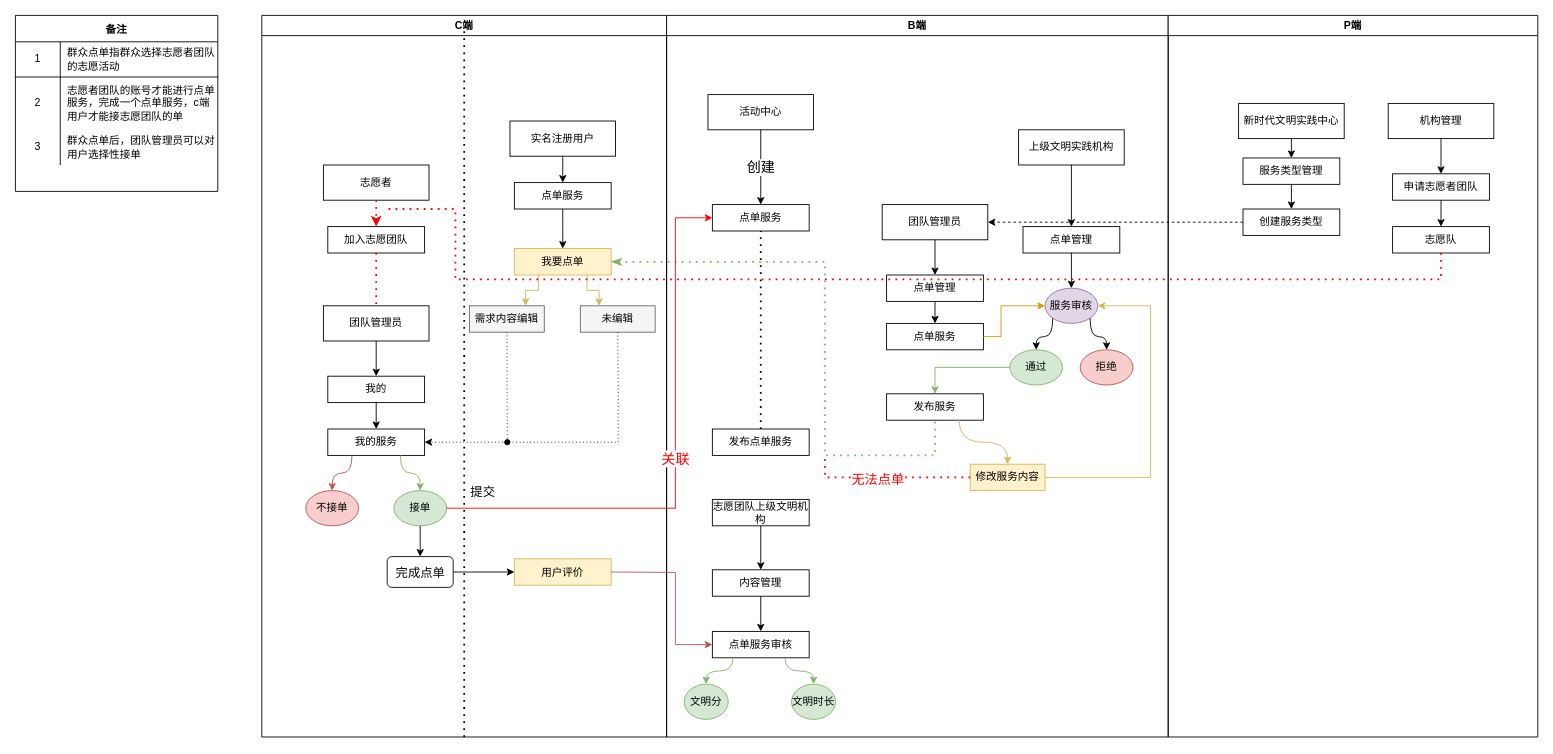
The draw.io diagram 未命名绘图.drawio in KZ137onethe/hello-world, before the edit. Source tidied: cells renumbered, new cells numbered last; positions are measured from the earlier drawing's top-left corner, leaving out a move shared by most shapes. Both pictures are drawn from the tidied source at 88%, with x=0, y=0 at pixel (15, 15).
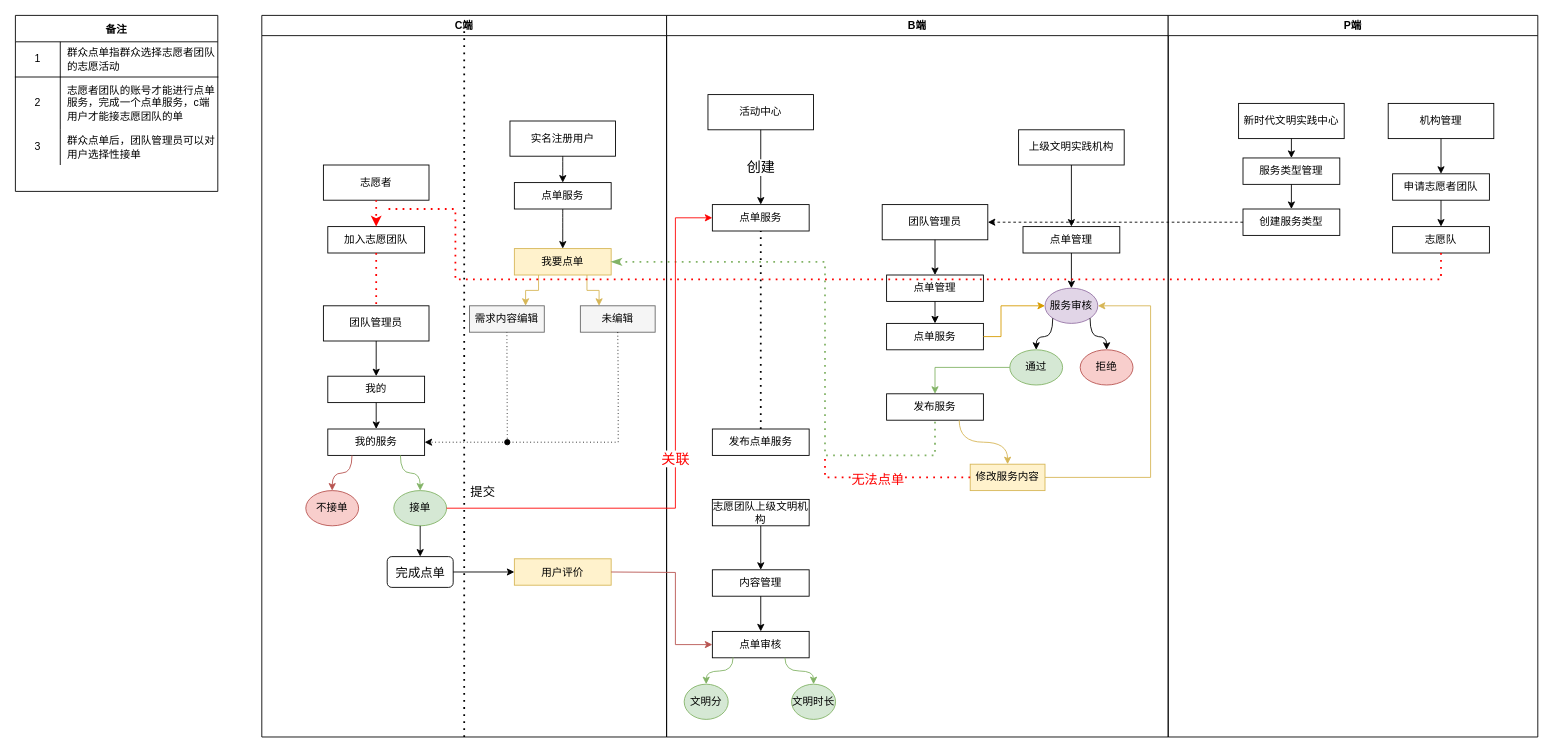
After the change.

Commit message:
更新未命名绘图.drawio

Unchanged cells that the change refers to:
```xml
<mxCell id="40" value="B端" style="swimlane;fontColor=default;strokeColor=default;fillColor=default;" parent="1" vertex="1">
  <mxGeometry x="740" width="570" height="820" as="geometry" />
</mxCell>
```

Change to the diagram source:
```diff
@@
-    <mxCell id="50" value="&lt;span style=&quot;font-weight: 400&quot;&gt;点单服务审核&lt;/span&gt;" style="rounded=0;whiteSpace=wrap;html=1;fontColor=default;strokeColor=default;fillColor=default;fontStyle=1;" parent="40" vertex="1">
+    <mxCell id="50" value="&lt;span style=&quot;font-weight: 400&quot;&gt;点单审核&lt;/span&gt;" style="rounded=0;whiteSpace=wrap;html=1;fontColor=default;strokeColor=default;fillColor=default;fontStyle=1;" parent="40" vertex="1">
       <mxGeometry x="52" y="700" width="110" height="30" as="geometry" />
     </mxCell>
```
